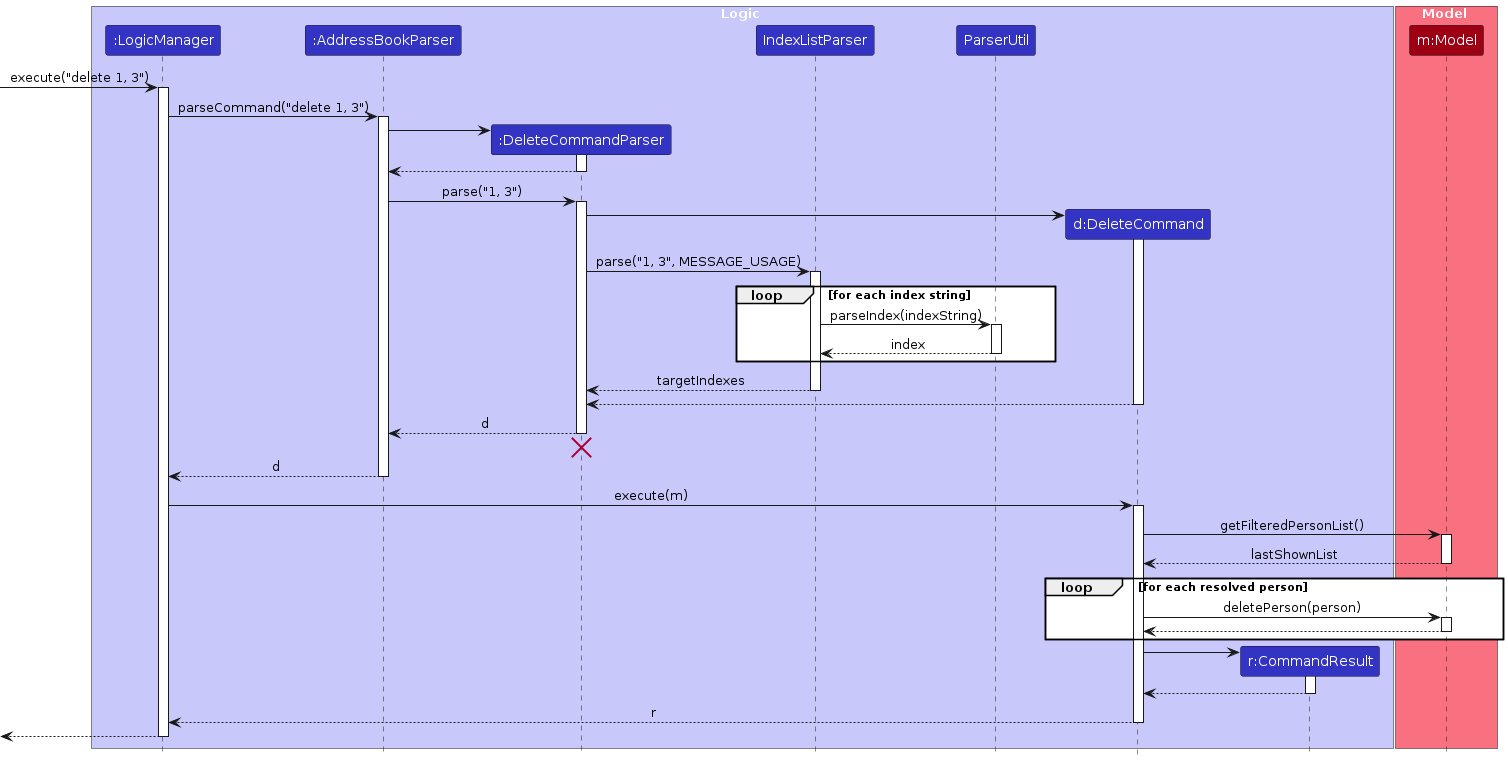
Earlier version of the PlantUML export diagrams/DeleteSequenceDiagram.png (AY2627S1-CS2103T-T08-4/tp). Its source is kept beside it as diagrams/DeleteSequenceDiagram.puml.
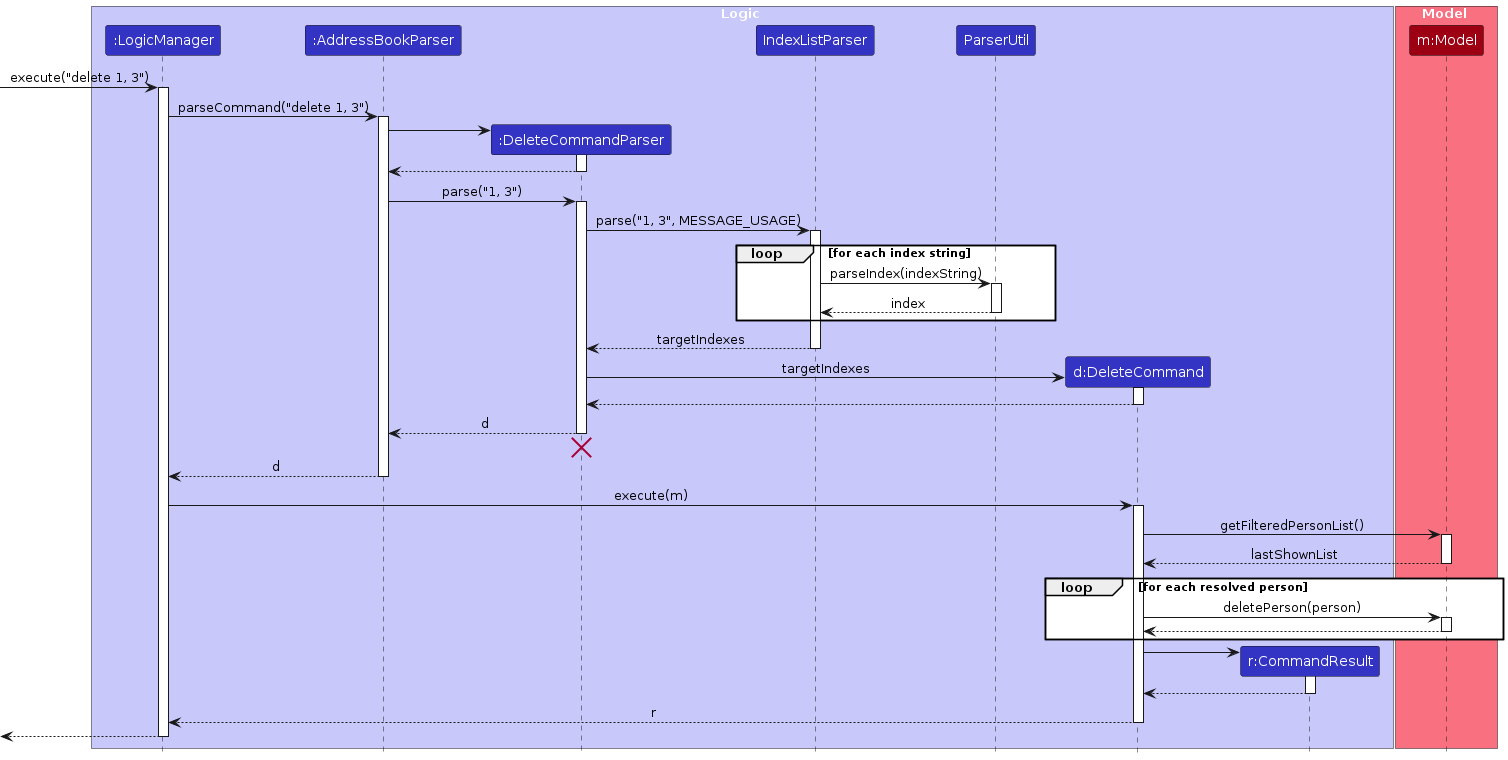
The same file after the commit.

What changed in the source:
```diff
@@ -32,10 +32,6 @@
 AddressBookParser -> DeleteCommandParser : parse("1, 3")
 activate DeleteCommandParser
 
-create DeleteCommand
-DeleteCommandParser -> DeleteCommand
-activate DeleteCommand
-
 DeleteCommandParser -> IndexListParser : parse("1, 3", MESSAGE_USAGE)
 activate IndexListParser
 
@@ -49,7 +45,11 @@
 IndexListParser --> DeleteCommandParser : targetIndexes
 deactivate IndexListParser
 
-DeleteCommand --> DeleteCommandParser :
+create DeleteCommand
+DeleteCommandParser -> DeleteCommand : targetIndexes
+activate DeleteCommand
+
+DeleteCommand --> DeleteCommandParser
 deactivate DeleteCommand
 
 DeleteCommandParser --> AddressBookParser : d
```
